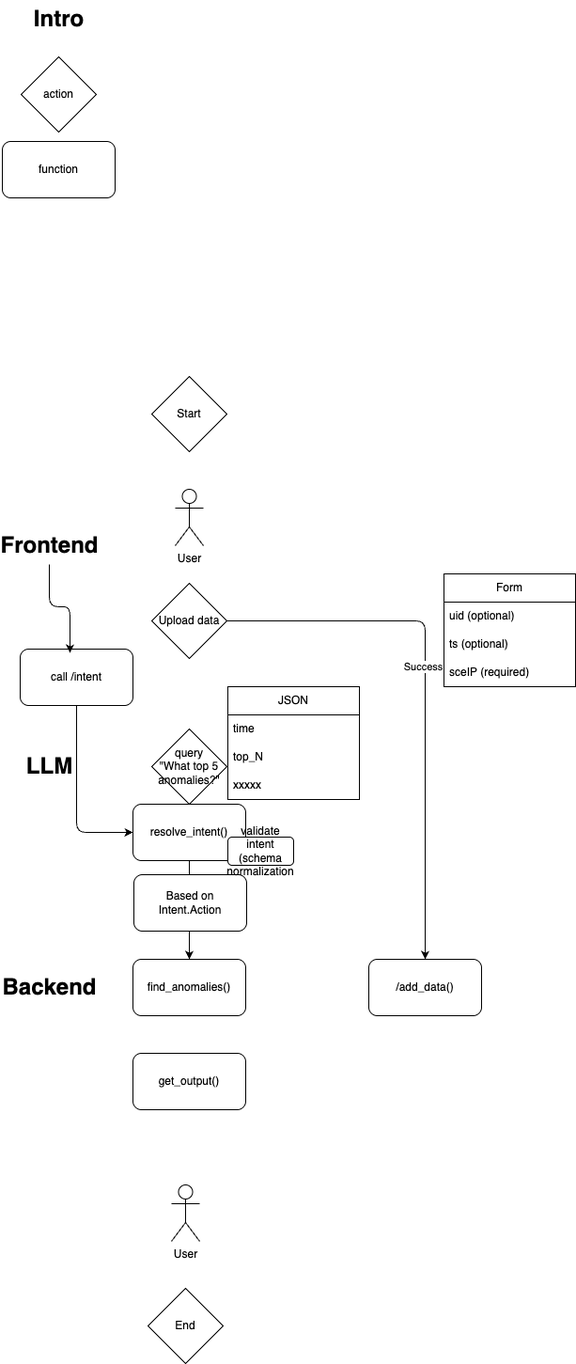
Earlier version of the draw.io export .drawio.png (simonegreen/adas_capstone_2025). Source tidied: cells renumbered, new cells last; positions are measured from the earlier drawing's top-left corner, leaving out a move shared by most shapes.
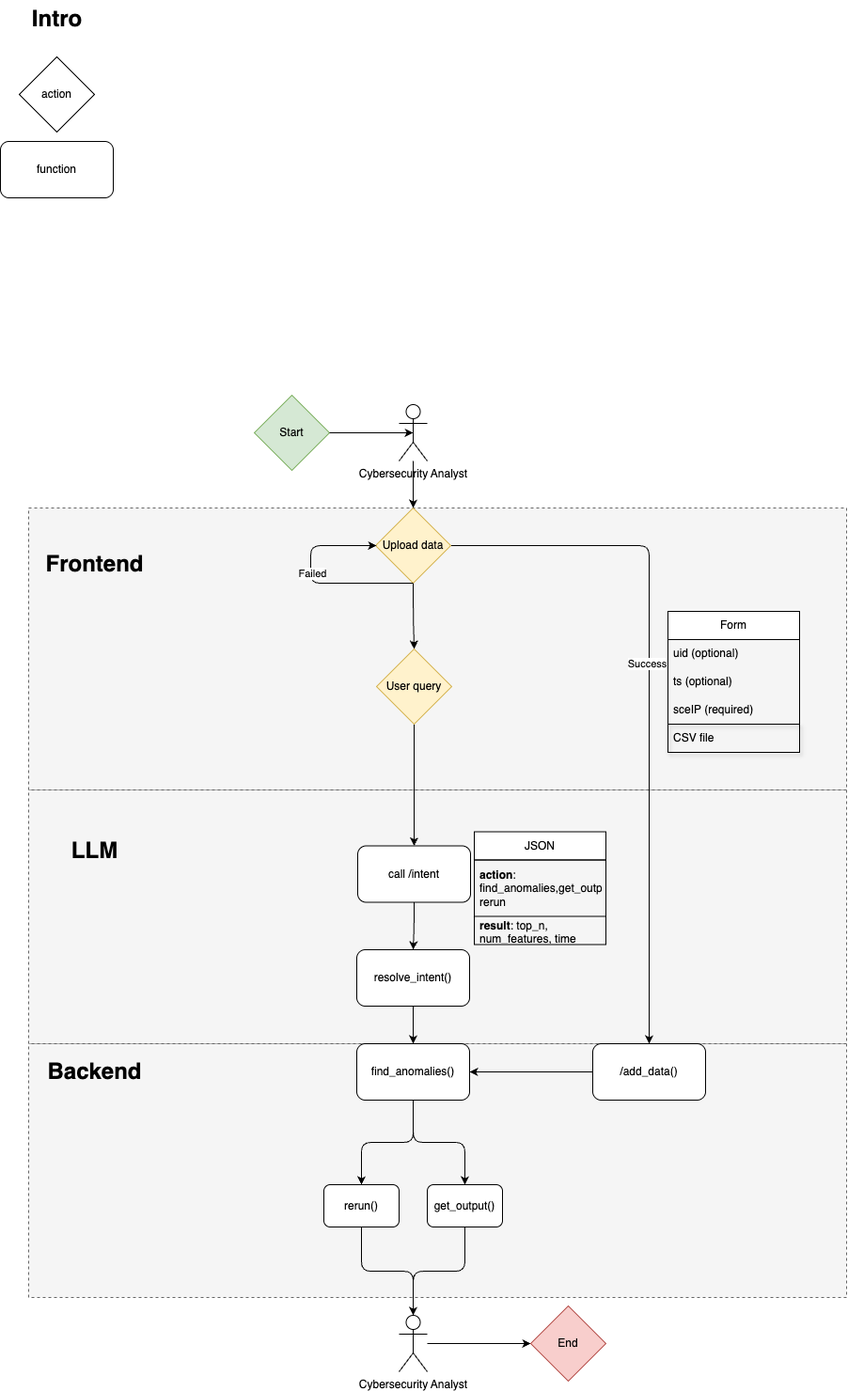
After the commit.

What changed in the source:
```diff
@@ -2,11 +2,20 @@
   <root>
     <mxCell id="0" />
     <mxCell id="1" parent="0" />
+    <mxCell id="34" style="rounded=0;whiteSpace=wrap;html=1;fillColor=#f5f5f5;dashed=1;fontColor=#333333;strokeColor=#666666;" parent="1" vertex="1">
+      <mxGeometry x="-210" y="1020" width="870" height="270" as="geometry" />
+    </mxCell>
+    <mxCell id="35" style="rounded=0;whiteSpace=wrap;html=1;fillColor=#f5f5f5;dashed=1;fontColor=#333333;strokeColor=#666666;" parent="1" vertex="1">
+      <mxGeometry x="-210" y="750" width="870" height="270" as="geometry" />
+    </mxCell>
+    <mxCell id="36" style="rounded=0;whiteSpace=wrap;html=1;fillColor=#f5f5f5;dashed=1;fontColor=#333333;strokeColor=#666666;" parent="1" vertex="1">
+      <mxGeometry x="-210" y="450" width="870" height="300" as="geometry" />
+    </mxCell>
     <mxCell id="2" value="function" style="rounded=1;whiteSpace=wrap;html=1;" parent="1" vertex="1">
-      <mxGeometry y="150" width="120" height="60" as="geometry" />
+      <mxGeometry x="-240" y="60" width="120" height="60" as="geometry" />
     </mxCell>
     <mxCell id="3" value="action" style="rhombus;whiteSpace=wrap;html=1;" parent="1" vertex="1">
-      <mxGeometry x="20" y="60" width="80" height="80" as="geometry" />
+      <mxGeometry x="-220" y="-30" width="80" height="80" as="geometry" />
     </mxCell>
     <mxCell id="4" style="edgeStyle=orthogonalEdgeStyle;html=1;entryX=0.5;entryY=0;entryDx=0;entryDy=0;" parent="1" edge="1" source="6" target="10">
       <mxGeometry relative="1" as="geometry" />
@@ -14,29 +23,40 @@
     <mxCell id="5" value="Success" style="edgeLabel;html=1;align=center;verticalAlign=middle;" parent="4" vertex="1">
       <mxGeometry x="-0.09" y="-3" relative="1" as="geometry" />
     </mxCell>
+    <mxCell id="37" style="edgeStyle=orthogonalEdgeStyle;html=1;entryX=0.5;entryY=0;entryDx=0;entryDy=0;" parent="1" edge="1" source="6">
+      <mxGeometry relative="1" as="geometry">
+        <mxPoint x="200" y="600" as="targetPoint" />
+      </mxGeometry>
+    </mxCell>
-    <mxCell id="6" value="&lt;span style=&quot;color: rgb(0, 0, 0);&quot;&gt;Upload data&lt;/span&gt;" style="rhombus;whiteSpace=wrap;html=1;" parent="1" vertex="1">
-      <mxGeometry x="159" y="620" width="80" height="80" as="geometry" />
+    <mxCell id="6" value="&lt;span style=&quot;color: rgb(0, 0, 0);&quot;&gt;Upload data&lt;/span&gt;" style="rhombus;whiteSpace=wrap;html=1;fillColor=#fff2cc;strokeColor=#d6b656;" parent="1" vertex="1">
+      <mxGeometry x="159" y="450" width="80" height="80" as="geometry" />
     </mxCell>
     <mxCell id="7" value="Frontend" style="text;strokeColor=none;fillColor=none;html=1;fontSize=24;fontStyle=1;verticalAlign=middle;align=center;" parent="1" vertex="1">
-      <mxGeometry y="560" width="100" height="40" as="geometry" />
+      <mxGeometry x="-190" y="490" width="100" height="40" as="geometry" />
     </mxCell>
     <mxCell id="8" value="LLM" style="text;strokeColor=none;fillColor=none;html=1;fontSize=24;fontStyle=1;verticalAlign=middle;align=center;" parent="1" vertex="1">
-      <mxGeometry y="795" width="100" height="40" as="geometry" />
+      <mxGeometry x="-190" y="795" width="100" height="40" as="geometry" />
     </mxCell>
     <mxCell id="9" value="Backend" style="text;strokeColor=none;fillColor=none;html=1;fontSize=24;fontStyle=1;verticalAlign=middle;align=center;" parent="1" vertex="1">
-      <mxGeometry y="1030" width="100" height="40" as="geometry" />
+      <mxGeometry x="-190" y="1030" width="100" height="40" as="geometry" />
     </mxCell>
+    <mxCell id="38" style="edgeStyle=orthogonalEdgeStyle;html=1;entryX=1;entryY=0.5;entryDx=0;entryDy=0;" parent="1" edge="1" source="10" target="20">
+      <mxGeometry relative="1" as="geometry" />
+    </mxCell>
     <mxCell id="10" value="/add_data()" style="rounded=1;whiteSpace=wrap;html=1;" parent="1" vertex="1">
       <mxGeometry x="390" y="1020" width="120" height="60" as="geometry" />
     </mxCell>
-    <mxCell id="11" value="Start" style="rhombus;whiteSpace=wrap;html=1;" parent="1" vertex="1">
-      <mxGeometry x="159" y="400" width="80" height="80" as="geometry" />
+    <mxCell id="11" value="Start" style="rhombus;whiteSpace=wrap;html=1;fillColor=#d5e8d4;strokeColor=#82b366;" parent="1" vertex="1">
+      <mxGeometry x="30" y="330" width="80" height="80" as="geometry" />
     </mxCell>
+    <mxCell id="39" style="edgeStyle=orthogonalEdgeStyle;html=1;entryX=0.5;entryY=0;entryDx=0;entryDy=0;" parent="1" edge="1" source="12" target="6">
+      <mxGeometry relative="1" as="geometry" />
+    </mxCell>
-    <mxCell id="12" value="User" style="shape=umlActor;verticalLabelPosition=bottom;verticalAlign=top;html=1;outlineConnect=0;" parent="1" vertex="1">
-      <mxGeometry x="184" y="520" width="30" height="60" as="geometry" />
+    <mxCell id="12" value="Cybersecurity Analyst" style="shape=umlActor;verticalLabelPosition=bottom;verticalAlign=top;html=1;outlineConnect=0;" parent="1" vertex="1">
+      <mxGeometry x="184" y="340" width="30" height="60" as="geometry" />
     </mxCell>
     <mxCell id="13" value="Form" style="swimlane;fontStyle=0;horizontal=1;startSize=30;whiteSpace=wrap;html=1;" parent="1" vertex="1">
-      <mxGeometry x="470" y="610" width="140" height="120" as="geometry" />
+      <mxGeometry x="470" y="560" width="140" height="120" as="geometry" />
     </mxCell>
     <mxCell id="14" value="uid (optional)" style="text;strokeColor=none;fillColor=none;align=left;verticalAlign=middle;spacingLeft=4;spacingRight=4;overflow=hidden;whiteSpace=wrap;html=1;" parent="13" vertex="1">
       <mxGeometry y="30" width="140" height="30" as="geometry" />
@@ -47,56 +67,84 @@
     <mxCell id="16" value="sceIP (required)" style="text;strokeColor=none;fillColor=none;align=left;verticalAlign=middle;spacingLeft=4;spacingRight=4;overflow=hidden;whiteSpace=wrap;html=1;" parent="13" vertex="1">
       <mxGeometry y="90" width="140" height="30" as="geometry" />
     </mxCell>
-    <mxCell id="17" value="query&lt;div&gt;&quot;What top 5 anomalies?&quot;&lt;/div&gt;" style="rhombus;whiteSpace=wrap;html=1;" parent="1" vertex="1">
-      <mxGeometry x="159" y="775" width="80" height="80" as="geometry" />
-    </mxCell>
-    <mxCell id="18" style="edgeStyle=orthogonalEdgeStyle;html=1;entryX=0.5;entryY=0;entryDx=0;entryDy=0;" parent="1" edge="1" source="19" target="20">
+    <mxCell id="18" style="edgeStyle=orthogonalEdgeStyle;html=1;" parent="1" edge="1" source="19" target="20">
       <mxGeometry relative="1" as="geometry" />
     </mxCell>
     <mxCell id="19" value="resolve_intent()" style="rounded=1;whiteSpace=wrap;html=1;" parent="1" vertex="1">
-      <mxGeometry x="139" y="855" width="120" height="60" as="geometry" />
+      <mxGeometry x="139" y="920" width="120" height="60" as="geometry" />
     </mxCell>
-    <mxCell id="20" value="find_anomalies()" style="rounded=1;whiteSpace=wrap;html=1;" parent="1" vertex="1">
-      <mxGeometry x="139" y="1020" width="120" height="60" as="geometry" />
-    </mxCell>
     <mxCell id="21" value="JSON" style="swimlane;fontStyle=0;horizontal=1;startSize=30;whiteSpace=wrap;html=1;" parent="1" vertex="1">
-      <mxGeometry x="240" y="730" width="140" height="120" as="geometry" />
+      <mxGeometry x="264" y="794.5" width="140" height="120" as="geometry" />
     </mxCell>
-    <mxCell id="22" value="time" style="text;strokeColor=none;fillColor=none;align=left;verticalAlign=middle;spacingLeft=4;spacingRight=4;overflow=hidden;whiteSpace=wrap;html=1;" parent="21" vertex="1">
-      <mxGeometry y="30" width="140" height="30" as="geometry" />
+    <mxCell id="22" value="&lt;b&gt;action&lt;/b&gt;: find_anomalies,get_output, rerun" style="text;strokeColor=default;fillColor=none;align=left;verticalAlign=middle;spacingLeft=4;spacingRight=4;overflow=hidden;whiteSpace=wrap;html=1;" parent="21" vertex="1">
+      <mxGeometry y="30" width="140" height="60" as="geometry" />
     </mxCell>
-    <mxCell id="23" value="top_N" style="text;strokeColor=none;fillColor=none;align=left;verticalAlign=middle;spacingLeft=4;spacingRight=4;overflow=hidden;whiteSpace=wrap;html=1;" parent="21" vertex="1">
-      <mxGeometry y="60" width="140" height="30" as="geometry" />
+    <mxCell id="23" value="&lt;b&gt;result&lt;/b&gt;: top_n, num_features, time" style="text;strokeColor=none;fillColor=none;align=left;verticalAlign=middle;spacingLeft=4;spacingRight=4;overflow=hidden;whiteSpace=wrap;html=1;" parent="21" vertex="1">
+      <mxGeometry y="90" width="140" height="30" as="geometry" />
     </mxCell>
-    <mxCell id="24" value="xxxxx" style="text;strokeColor=none;fillColor=none;align=left;verticalAlign=middle;spacingLeft=4;spacingRight=4;overflow=hidden;whiteSpace=wrap;html=1;" parent="21" vertex="1">
-      <mxGeometry y="90" width="140" height="30" as="geometry" />
-    </mxCell>
     <mxCell id="25" value="Intro" style="text;strokeColor=none;fillColor=none;html=1;fontSize=24;fontStyle=1;verticalAlign=middle;align=center;" parent="1" vertex="1">
-      <mxGeometry x="10" width="100" height="40" as="geometry" />
+      <mxGeometry x="-230" y="-90" width="100" height="40" as="geometry" />
     </mxCell>
-    <mxCell id="26" value="get_output()" style="rounded=1;whiteSpace=wrap;html=1;" parent="1" vertex="1">
-      <mxGeometry x="139" y="1120" width="120" height="60" as="geometry" />
-    </mxCell>
+    <mxCell id="40" style="edgeStyle=orthogonalEdgeStyle;html=1;" parent="1" edge="1" source="27" target="28">
+      <mxGeometry relative="1" as="geometry" />
+    </mxCell>
-    <mxCell id="27" value="User" style="shape=umlActor;verticalLabelPosition=bottom;verticalAlign=top;html=1;outlineConnect=0;" parent="1" vertex="1">
-      <mxGeometry x="180" y="1260" width="30" height="60" as="geometry" />
+    <mxCell id="27" value="Cybersecurity Analyst" style="shape=umlActor;verticalLabelPosition=bottom;verticalAlign=top;html=1;outlineConnect=0;" parent="1" vertex="1">
+      <mxGeometry x="184" y="1309" width="30" height="60" as="geometry" />
     </mxCell>
-    <mxCell id="28" value="End" style="rhombus;whiteSpace=wrap;html=1;" parent="1" vertex="1">
-      <mxGeometry x="155" y="1370" width="80" height="80" as="geometry" />
+    <mxCell id="28" value="End" style="rhombus;whiteSpace=wrap;html=1;fillColor=#f8cecc;strokeColor=#b85450;" parent="1" vertex="1">
+      <mxGeometry x="324" y="1299" width="80" height="80" as="geometry" />
     </mxCell>
-    <mxCell id="29" style="edgeStyle=orthogonalEdgeStyle;html=1;entryX=0;entryY=0.5;entryDx=0;entryDy=0;" parent="1" edge="1" source="30" target="19">
+    <mxCell id="29" style="edgeStyle=orthogonalEdgeStyle;html=1;exitX=0.5;exitY=1;exitDx=0;exitDy=0;entryX=0.5;entryY=0;entryDx=0;entryDy=0;" parent="1" edge="1" source="30" target="19">
       <mxGeometry relative="1" as="geometry" />
     </mxCell>
     <mxCell id="30" value="call /intent" style="rounded=1;whiteSpace=wrap;html=1;" parent="1" vertex="1">
-      <mxGeometry x="19" y="690" width="120" height="60" as="geometry" />
+      <mxGeometry x="140" y="809.5" width="120" height="60" as="geometry" />
     </mxCell>
-    <mxCell id="31" style="edgeStyle=orthogonalEdgeStyle;html=1;entryX=0.442;entryY=0.067;entryDx=0;entryDy=0;entryPerimeter=0;" parent="1" edge="1" source="7" target="30">
-      <mxGeometry relative="1" as="geometry" />
-    </mxCell>
-    <mxCell id="32" value="Based on Intent.Action" style="rounded=1;whiteSpace=wrap;html=1;" parent="1" vertex="1">
-      <mxGeometry x="140" y="930" width="120" height="60" as="geometry" />
-    </mxCell>
-    <mxCell id="33" value="validate intent (schema normalization" style="rounded=1;whiteSpace=wrap;html=1;" parent="1" vertex="1">
-      <mxGeometry x="240" y="890" width="70" height="30" as="geometry" />
-    </mxCell>
+    <mxCell id="41" style="edgeStyle=orthogonalEdgeStyle;html=1;exitX=0.5;exitY=1;exitDx=0;exitDy=0;" parent="1" edge="1">
+      <mxGeometry relative="1" as="geometry">
+        <mxPoint x="199" y="530" as="sourcePoint" />
+        <mxPoint x="160" y="490" as="targetPoint" />
+        <Array as="points">
+          <mxPoint x="90" y="530" />
+          <mxPoint x="90" y="490" />
+        </Array>
+      </mxGeometry>
+    </mxCell>
+    <mxCell id="42" value="Failed" style="edgeLabel;html=1;align=center;verticalAlign=middle;" parent="41" vertex="1">
+      <mxGeometry x="0.1" y="-1" relative="1" as="geometry" />
+    </mxCell>
+    <mxCell id="43" value="CSV file" style="text;align=left;verticalAlign=middle;spacingLeft=4;spacingRight=4;overflow=hidden;whiteSpace=wrap;html=1;shadow=1;strokeColor=default;" parent="1" vertex="1">
+      <mxGeometry x="470" y="680" width="140" height="30" as="geometry" />
+    </mxCell>
+    <mxCell id="26" value="get_output()" style="rounded=1;whiteSpace=wrap;html=1;" parent="1" vertex="1">
+      <mxGeometry x="214" y="1170" width="80" height="45" as="geometry" />
+    </mxCell>
+    <mxCell id="44" value="rerun()" style="rounded=1;whiteSpace=wrap;html=1;" parent="1" vertex="1">
+      <mxGeometry x="104" y="1170" width="80" height="45" as="geometry" />
+    </mxCell>
+    <mxCell id="45" style="edgeStyle=orthogonalEdgeStyle;html=1;entryX=0.5;entryY=0;entryDx=0;entryDy=0;" parent="1" edge="1" source="20" target="44">
+      <mxGeometry relative="1" as="geometry" />
+    </mxCell>
+    <mxCell id="46" style="edgeStyle=orthogonalEdgeStyle;html=1;entryX=0.5;entryY=0;entryDx=0;entryDy=0;" parent="1" edge="1" source="20" target="26">
+      <mxGeometry relative="1" as="geometry" />
+    </mxCell>
+    <mxCell id="20" value="&lt;span style=&quot;color: rgb(0, 0, 0);&quot;&gt;find_anomalies()&lt;/span&gt;" style="rounded=1;whiteSpace=wrap;html=1;" parent="1" vertex="1">
+      <mxGeometry x="139" y="1020" width="120" height="60" as="geometry" />
+    </mxCell>
+    <mxCell id="47" style="edgeStyle=orthogonalEdgeStyle;html=1;entryX=0.5;entryY=0;entryDx=0;entryDy=0;entryPerimeter=0;" parent="1" edge="1" source="44" target="27">
+      <mxGeometry relative="1" as="geometry" />
+    </mxCell>
+    <mxCell id="48" style="edgeStyle=orthogonalEdgeStyle;html=1;entryX=0.5;entryY=0;entryDx=0;entryDy=0;entryPerimeter=0;" parent="1" edge="1" source="26" target="27">
+      <mxGeometry relative="1" as="geometry" />
+    </mxCell>
+    <mxCell id="49" style="edgeStyle=orthogonalEdgeStyle;html=1;entryX=0.5;entryY=0;entryDx=0;entryDy=0;" parent="1" edge="1" source="50" target="30">
+      <mxGeometry relative="1" as="geometry" />
+    </mxCell>
+    <mxCell id="50" value="&lt;span style=&quot;color: rgb(0, 0, 0);&quot;&gt;User query&lt;/span&gt;" style="rhombus;whiteSpace=wrap;html=1;fillColor=#fff2cc;strokeColor=#d6b656;" parent="1" vertex="1">
+      <mxGeometry x="160" y="600" width="80" height="80" as="geometry" />
+    </mxCell>
+    <mxCell id="51" style="edgeStyle=orthogonalEdgeStyle;html=1;entryX=0.5;entryY=0.5;entryDx=0;entryDy=0;entryPerimeter=0;" parent="1" edge="1" source="11" target="12">
+      <mxGeometry relative="1" as="geometry" />
+    </mxCell>
   </root>
 </mxGraphModel>
```
